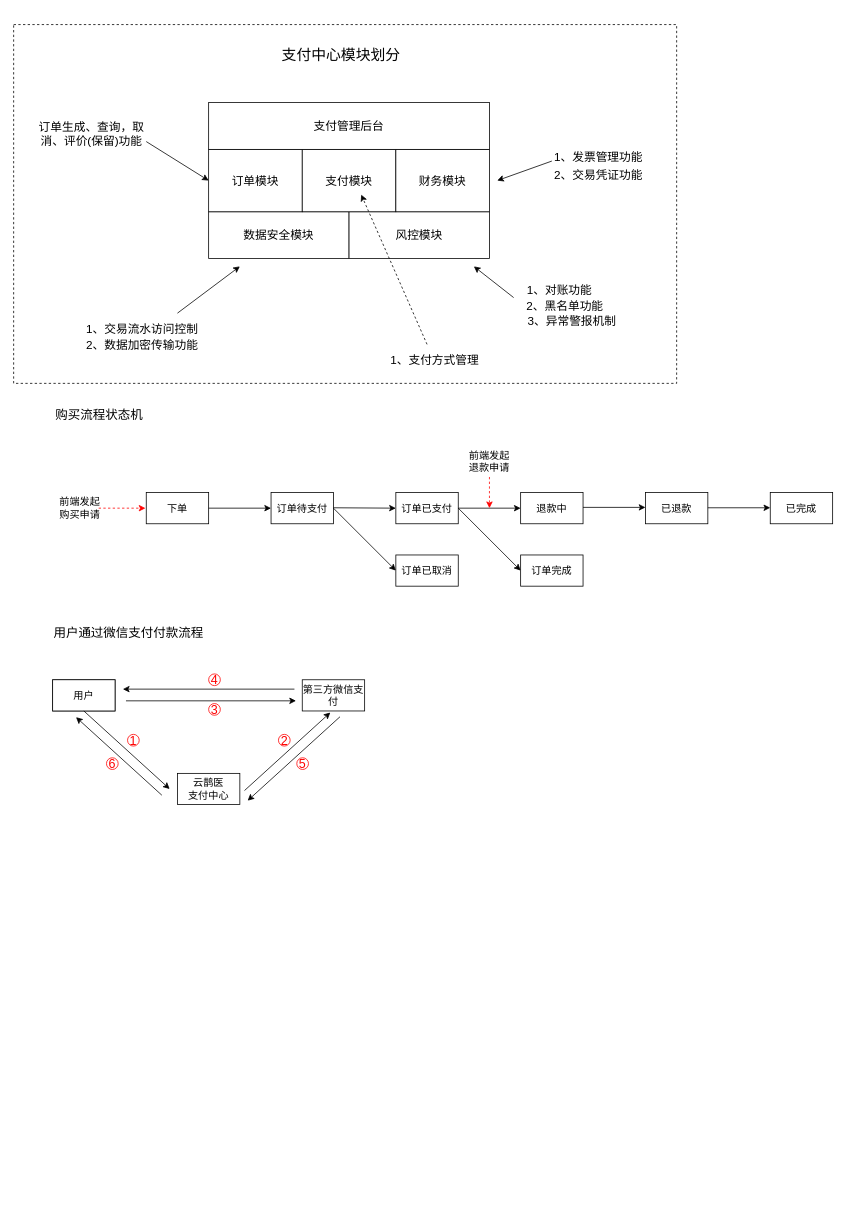
Above: 支付中心.drawio in chenrushui/draw (draw.io), before the change. Source tidied: cells renumbered, new cells numbered last; positions are measured from the earlier drawing's top-left corner, leaving out a move shared by most shapes. Both pictures are drawn from the tidied source at 78%, with x=0, y=0 at pixel (13, 24).
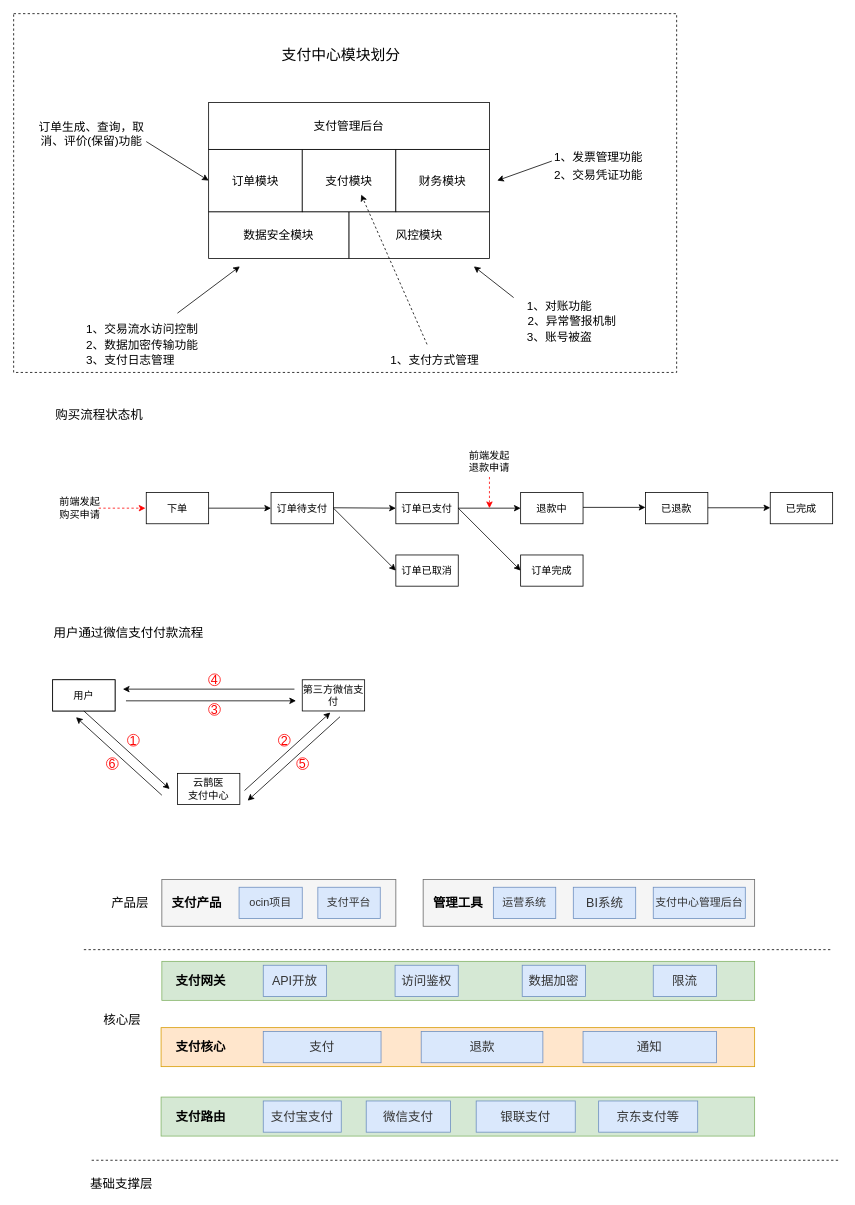
The same page after the edit.

The edit, as a diff of the source:
```diff
@@
+    <mxCell id="61" style="rounded=0;whiteSpace=wrap;html=1;fontSize=16;fillColor=#f5f5f5;strokeColor=#666666;fontColor=#333333;" parent="1" vertex="1">
+      <mxGeometry x="525" y="1096" width="425" height="60" as="geometry" />
+    </mxCell>
+    <mxCell id="62" style="rounded=0;whiteSpace=wrap;html=1;fontSize=16;fillColor=#f5f5f5;strokeColor=#666666;fontColor=#333333;" parent="1" vertex="1">
+      <mxGeometry x="190" y="1096" width="300" height="60" as="geometry" />
+    </mxCell>
     <mxCell id="2" style="rounded=0;whiteSpace=wrap;html=1;fontSize=15;dashed=1;" parent="1" vertex="1">
-      <mxGeometry width="850" height="460" as="geometry" />
+      <mxGeometry y="-14" width="850" height="460" as="geometry" />
     </mxCell>
@@
     <mxCell id="13" value="1、对账功能" style="text;html=1;strokeColor=none;fillColor=none;align=center;verticalAlign=middle;whiteSpace=wrap;rounded=0;fontSize=15;" parent="1" vertex="1">
-      <mxGeometry x="650" y="330" width="100" height="20" as="geometry" />
+      <mxGeometry x="650" y="350" width="100" height="20" as="geometry" />
     </mxCell>
-    <mxCell id="14" value="2、黑名单功能" style="text;html=1;strokeColor=none;fillColor=none;align=center;verticalAlign=middle;whiteSpace=wrap;rounded=0;fontSize=15;" parent="1" vertex="1">
-      <mxGeometry x="652" y="350" width="110" height="20" as="geometry" />
-    </mxCell>
@@
-    <mxCell id="23" value="3、异常警报机制" style="text;html=1;strokeColor=none;fillColor=none;align=center;verticalAlign=middle;whiteSpace=wrap;rounded=0;fontSize=15;" parent="1" vertex="1">
+    <mxCell id="23" value="2、异常警报机制" style="text;html=1;strokeColor=none;fillColor=none;align=center;verticalAlign=middle;whiteSpace=wrap;rounded=0;fontSize=15;" parent="1" vertex="1">
       <mxGeometry x="652" y="370" width="128" height="20" as="geometry" />
     </mxCell>
@@
+    <mxCell id="63" value="3、账号被盗" style="text;html=1;strokeColor=none;fillColor=none;align=center;verticalAlign=middle;whiteSpace=wrap;rounded=0;fontSize=15;" parent="1" vertex="1">
+      <mxGeometry x="655" y="390" width="90" height="20" as="geometry" />
+    </mxCell>
+    <mxCell id="64" value="3、支付日志管理" style="text;html=1;strokeColor=none;fillColor=none;align=center;verticalAlign=middle;whiteSpace=wrap;rounded=0;fontSize=15;" parent="1" vertex="1">
+      <mxGeometry x="90" y="420" width="120" height="20" as="geometry" />
+    </mxCell>
+    <mxCell id="65" value="产品层" style="text;html=1;strokeColor=none;fillColor=none;align=center;verticalAlign=middle;whiteSpace=wrap;rounded=0;fontSize=16;" parent="1" vertex="1">
+      <mxGeometry x="119" y="1116" width="61" height="20" as="geometry" />
+    </mxCell>
+    <mxCell id="66" value="核心层" style="text;html=1;strokeColor=none;fillColor=none;align=center;verticalAlign=middle;whiteSpace=wrap;rounded=0;fontSize=16;" parent="1" vertex="1">
+      <mxGeometry x="109" y="1266" width="61" height="20" as="geometry" />
+    </mxCell>
+    <mxCell id="67" value="基础支撑层" style="text;html=1;strokeColor=none;fillColor=none;align=center;verticalAlign=middle;whiteSpace=wrap;rounded=0;fontSize=16;" parent="1" vertex="1">
+      <mxGeometry x="90" y="1476" width="97" height="20" as="geometry" />
+    </mxCell>
+    <mxCell id="68" style="endArrow=none;dashed=1;html=1;fontSize=16;" parent="1" edge="1">
+      <mxGeometry relative="1" as="geometry">
+        <mxPoint x="90" y="1186" as="sourcePoint" />
+        <mxPoint x="1050" y="1186" as="targetPoint" />
+      </mxGeometry>
+    </mxCell>
+    <mxCell id="69" style="endArrow=none;dashed=1;html=1;fontSize=16;" parent="1" edge="1">
+      <mxGeometry relative="1" as="geometry">
+        <mxPoint x="100" y="1456" as="sourcePoint" />
+        <mxPoint x="1059.5" y="1456" as="targetPoint" />
+      </mxGeometry>
+    </mxCell>
+    <mxCell id="70" value="&lt;p class=&quot;MsoNormal&quot; style=&quot;font-size: 14px&quot;&gt;&lt;span style=&quot;color: rgb(51, 51, 51); letter-spacing: 0pt; background-image: initial; background-position: initial; background-size: initial; background-repeat: initial; background-attachment: initial; background-origin: initial; background-clip: initial;&quot;&gt;ocin&lt;font face=&quot;宋体&quot; style=&quot;font-size: 14px&quot;&gt;项目&lt;/font&gt;&lt;/span&gt;&lt;/p&gt;" style="rounded=0;whiteSpace=wrap;html=1;fontSize=16;fillColor=#dae8fc;strokeColor=#6c8ebf;labelBackgroundColor=none;" parent="1" vertex="1">
+      <mxGeometry x="289" y="1106" width="81" height="40" as="geometry" />
+    </mxCell>
+    <mxCell id="71" value="&lt;p class=&quot;MsoNormal&quot; style=&quot;font-size: 14px&quot;&gt;&lt;font color=&quot;#333333&quot;&gt;&lt;span style=&quot;&quot;&gt;支付中心管理后台&lt;/span&gt;&lt;/font&gt;&lt;/p&gt;" style="rounded=0;whiteSpace=wrap;html=1;fontSize=16;fillColor=#dae8fc;strokeColor=#6c8ebf;labelBackgroundColor=none;" parent="1" vertex="1">
+      <mxGeometry x="820" y="1106" width="118" height="40" as="geometry" />
+    </mxCell>
+    <mxCell id="72" value="&lt;p class=&quot;MsoNormal&quot; style=&quot;font-size: 14px&quot;&gt;&lt;font color=&quot;#333333&quot;&gt;&lt;span&gt;支付平台&lt;/span&gt;&lt;/font&gt;&lt;/p&gt;" style="rounded=0;whiteSpace=wrap;html=1;fontSize=16;fillColor=#dae8fc;strokeColor=#6c8ebf;labelBackgroundColor=none;" parent="1" vertex="1">
+      <mxGeometry x="390" y="1106" width="80" height="40" as="geometry" />
+    </mxCell>
+    <mxCell id="73" value="&lt;p class=&quot;MsoNormal&quot; style=&quot;font-size: 14px&quot;&gt;&lt;font color=&quot;#333333&quot;&gt;&lt;span style=&quot;&quot;&gt;运营系统&lt;/span&gt;&lt;/font&gt;&lt;/p&gt;" style="rounded=0;whiteSpace=wrap;html=1;fontSize=16;fillColor=#dae8fc;strokeColor=#6c8ebf;labelBackgroundColor=none;" parent="1" vertex="1">
+      <mxGeometry x="615" y="1106" width="80" height="40" as="geometry" />
+    </mxCell>
+    <mxCell id="74" value="&lt;font color=&quot;#333333&quot;&gt;BI系统&lt;/font&gt;" style="rounded=0;whiteSpace=wrap;html=1;fontSize=16;fillColor=#dae8fc;strokeColor=#6c8ebf;labelBackgroundColor=none;" parent="1" vertex="1">
+      <mxGeometry x="717.5" y="1106" width="80" height="40" as="geometry" />
+    </mxCell>
+    <mxCell id="75" value="支付产品" style="text;html=1;strokeColor=none;fillColor=none;align=center;verticalAlign=middle;whiteSpace=wrap;rounded=0;labelBackgroundColor=none;fontSize=16;fontStyle=1;" parent="1" vertex="1">
+      <mxGeometry x="200" y="1116" width="70" height="20" as="geometry" />
+    </mxCell>
+    <mxCell id="76" value="管理工具" style="text;html=1;strokeColor=none;fillColor=none;align=center;verticalAlign=middle;whiteSpace=wrap;rounded=0;labelBackgroundColor=none;fontSize=16;fontStyle=1;" parent="1" vertex="1">
+      <mxGeometry x="535" y="1116" width="70" height="20" as="geometry" />
+    </mxCell>
+    <mxCell id="77" style="rounded=0;whiteSpace=wrap;html=1;fontSize=16;fillColor=#d5e8d4;strokeColor=#82b366;" parent="1" vertex="1">
+      <mxGeometry x="190" y="1201" width="760" height="50" as="geometry" />
+    </mxCell>
+    <mxCell id="78" value="支付网关" style="text;html=1;strokeColor=none;fillColor=none;align=center;verticalAlign=middle;whiteSpace=wrap;rounded=0;labelBackgroundColor=none;fontSize=16;fontStyle=1;" parent="1" vertex="1">
+      <mxGeometry x="205" y="1216" width="70" height="20" as="geometry" />
+    </mxCell>
+    <mxCell id="79" value="&lt;font color=&quot;#333333&quot;&gt;API开放&lt;/font&gt;" style="rounded=0;whiteSpace=wrap;html=1;fontSize=16;fillColor=#dae8fc;strokeColor=#6c8ebf;labelBackgroundColor=none;" parent="1" vertex="1">
+      <mxGeometry x="320" y="1206" width="81" height="40" as="geometry" />
+    </mxCell>
+    <mxCell id="80" value="&lt;font color=&quot;#333333&quot;&gt;访问鉴权&lt;/font&gt;" style="rounded=0;whiteSpace=wrap;html=1;fontSize=16;fillColor=#dae8fc;strokeColor=#6c8ebf;labelBackgroundColor=none;" parent="1" vertex="1">
+      <mxGeometry x="489" y="1206" width="81" height="40" as="geometry" />
+    </mxCell>
+    <mxCell id="81" value="&lt;font color=&quot;#333333&quot;&gt;数据加密&lt;/font&gt;" style="rounded=0;whiteSpace=wrap;html=1;fontSize=16;fillColor=#dae8fc;strokeColor=#6c8ebf;labelBackgroundColor=none;" parent="1" vertex="1">
+      <mxGeometry x="652" y="1206" width="81" height="40" as="geometry" />
+    </mxCell>
+    <mxCell id="82" value="&lt;font color=&quot;#333333&quot;&gt;限流&lt;/font&gt;" style="rounded=0;whiteSpace=wrap;html=1;fontSize=16;fillColor=#dae8fc;strokeColor=#6c8ebf;labelBackgroundColor=none;" parent="1" vertex="1">
+      <mxGeometry x="820" y="1206" width="81" height="40" as="geometry" />
+    </mxCell>
+    <mxCell id="83" style="rounded=0;whiteSpace=wrap;html=1;fontSize=16;fillColor=#ffe6cc;strokeColor=#d79b00;" parent="1" vertex="1">
+      <mxGeometry x="189" y="1286" width="761" height="50" as="geometry" />
+    </mxCell>
+    <mxCell id="84" value="支付核心" style="text;html=1;strokeColor=none;fillColor=none;align=center;verticalAlign=middle;whiteSpace=wrap;rounded=0;labelBackgroundColor=none;fontSize=16;fontStyle=1;" parent="1" vertex="1">
+      <mxGeometry x="205" y="1301" width="70" height="20" as="geometry" />
+    </mxCell>
+    <mxCell id="85" value="&lt;font color=&quot;#333333&quot;&gt;支付&lt;/font&gt;" style="rounded=0;whiteSpace=wrap;html=1;fontSize=16;fillColor=#dae8fc;strokeColor=#6c8ebf;labelBackgroundColor=none;" parent="1" vertex="1">
+      <mxGeometry x="320" y="1291" width="151" height="40" as="geometry" />
+    </mxCell>
+    <mxCell id="86" value="&lt;font color=&quot;#333333&quot;&gt;退款&lt;/font&gt;" style="rounded=0;whiteSpace=wrap;html=1;fontSize=16;fillColor=#dae8fc;strokeColor=#6c8ebf;labelBackgroundColor=none;" parent="1" vertex="1">
+      <mxGeometry x="522.5" y="1291" width="156" height="40" as="geometry" />
+    </mxCell>
+    <mxCell id="87" value="&lt;font color=&quot;#333333&quot;&gt;通知&lt;/font&gt;" style="rounded=0;whiteSpace=wrap;html=1;fontSize=16;fillColor=#dae8fc;strokeColor=#6c8ebf;labelBackgroundColor=none;" parent="1" vertex="1">
+      <mxGeometry x="730" y="1291" width="171" height="40" as="geometry" />
+    </mxCell>
+    <mxCell id="88" style="rounded=0;whiteSpace=wrap;html=1;fontSize=16;fillColor=#d5e8d4;strokeColor=#82b366;" parent="1" vertex="1">
+      <mxGeometry x="189" y="1375" width="761" height="50" as="geometry" />
+    </mxCell>
+    <mxCell id="89" value="支付路由" style="text;html=1;strokeColor=none;fillColor=none;align=center;verticalAlign=middle;whiteSpace=wrap;rounded=0;labelBackgroundColor=none;fontSize=16;fontStyle=1;" parent="1" vertex="1">
+      <mxGeometry x="205" y="1390" width="70" height="20" as="geometry" />
+    </mxCell>
+    <mxCell id="90" value="&lt;font color=&quot;#333333&quot;&gt;支付宝支付&lt;/font&gt;" style="rounded=0;whiteSpace=wrap;html=1;fontSize=16;fillColor=#dae8fc;strokeColor=#6c8ebf;labelBackgroundColor=none;" parent="1" vertex="1">
+      <mxGeometry x="320" y="1380" width="100" height="40" as="geometry" />
+    </mxCell>
+    <mxCell id="91" value="&lt;font color=&quot;#333333&quot;&gt;微信支付&lt;/font&gt;" style="rounded=0;whiteSpace=wrap;html=1;fontSize=16;fillColor=#dae8fc;strokeColor=#6c8ebf;labelBackgroundColor=none;" parent="1" vertex="1">
+      <mxGeometry x="452" y="1380" width="108" height="40" as="geometry" />
+    </mxCell>
+    <mxCell id="92" value="&lt;font color=&quot;#333333&quot;&gt;银联支付&lt;/font&gt;" style="rounded=0;whiteSpace=wrap;html=1;fontSize=16;fillColor=#dae8fc;strokeColor=#6c8ebf;labelBackgroundColor=none;" parent="1" vertex="1">
+      <mxGeometry x="593" y="1380" width="127" height="40" as="geometry" />
+    </mxCell>
+    <mxCell id="93" value="&lt;font color=&quot;#333333&quot;&gt;京东支付等&lt;/font&gt;" style="rounded=0;whiteSpace=wrap;html=1;fontSize=16;fillColor=#dae8fc;strokeColor=#6c8ebf;labelBackgroundColor=none;" parent="1" vertex="1">
+      <mxGeometry x="750" y="1380" width="127" height="40" as="geometry" />
+    </mxCell>
```
